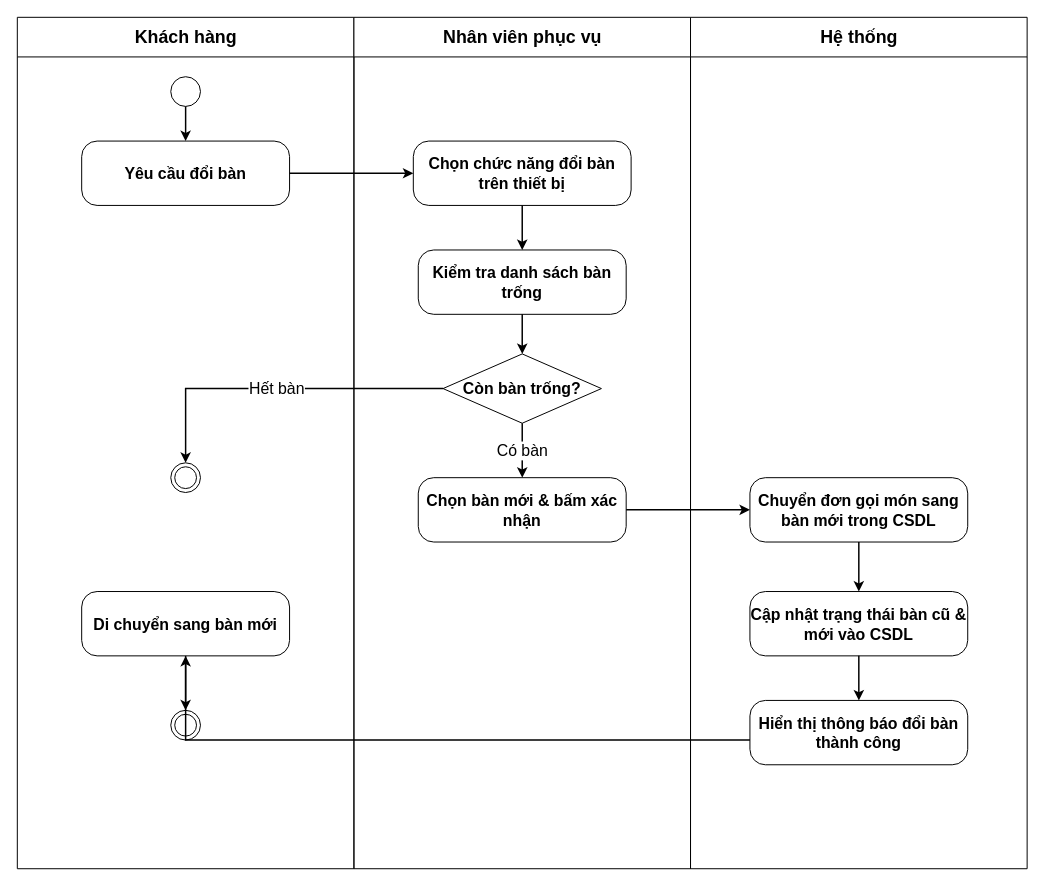
AndrewQng/VinDining keeps this draw.io diagram as docs/phase1/drawio/ad07_change_table.drawio. Above is the earlier version. Source tidied: cells renumbered, new cells numbered last; positions are measured from the earlier drawing's top-left corner, leaving out a move shared by most shapes. Both pictures are drawn from the tidied source at 99%, with x=0, y=0 at pixel (17, 17).
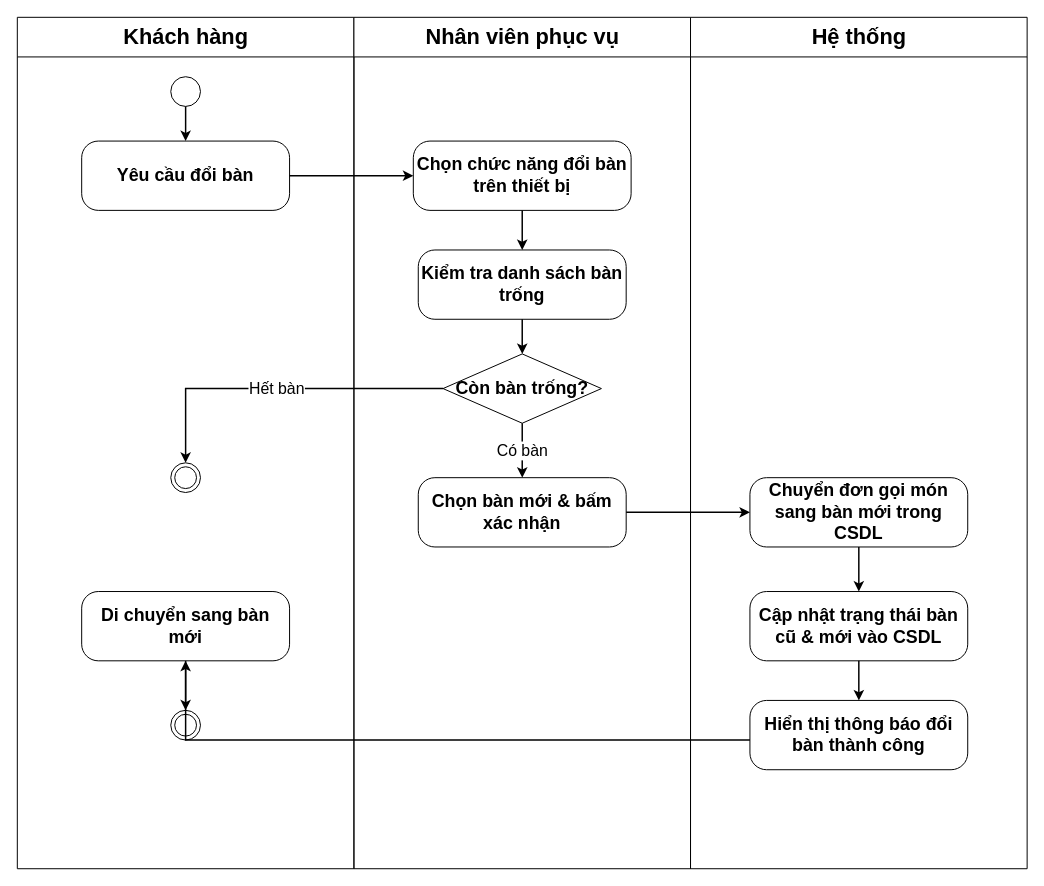
The same page after the edit.

What changed in the source:
```diff
@@
-    <mxCell id="2" value="Khách hàng" style="swimlane;html=1;startSize=40;horizontal=1;fontStyle=1;fontSize=18;align=center;verticalAlign=middle;swimlaneLine=1;" parent="1" vertex="1">
+    <mxCell id="2" value="Khách hàng" style="swimlane;html=1;startSize=40;horizontal=1;fontStyle=1;fontSize=22;align=center;verticalAlign=middle;swimlaneLine=1;" parent="1" vertex="1">
       <mxGeometry width="340" height="860" as="geometry" />
     </mxCell>
@@
-    <mxCell id="4" value="Yêu cầu đổi bàn" style="rounded=1;arcSize=24;whiteSpace=wrap;html=1;fontStyle=1;fontSize=16;align=center;verticalAlign=middle;" parent="2" vertex="1">
-      <mxGeometry x="65" y="125" width="210" height="65" as="geometry" />
+    <mxCell id="4" value="Yêu cầu đổi bàn" style="rounded=1;arcSize=24;whiteSpace=wrap;html=1;fontStyle=1;fontSize=18;align=center;verticalAlign=middle;" parent="2" vertex="1">
+      <mxGeometry x="65" y="125" width="210" height="70" as="geometry" />
     </mxCell>
@@
-    <mxCell id="6" value="Di chuyển sang bàn mới" style="rounded=1;arcSize=24;whiteSpace=wrap;html=1;fontStyle=1;fontSize=16;align=center;verticalAlign=middle;" parent="2" vertex="1">
-      <mxGeometry x="65" y="580" width="210" height="65" as="geometry" />
+    <mxCell id="6" value="Di chuyển sang bàn mới" style="rounded=1;arcSize=24;whiteSpace=wrap;html=1;fontStyle=1;fontSize=18;align=center;verticalAlign=middle;" parent="2" vertex="1">
+      <mxGeometry x="65" y="580" width="210" height="70" as="geometry" />
     </mxCell>
@@
-    <mxCell id="9" value="Nhân viên phục vụ" style="swimlane;html=1;startSize=40;horizontal=1;fontStyle=1;fontSize=18;align=center;verticalAlign=middle;swimlaneLine=1;" parent="1" vertex="1">
+    <mxCell id="9" value="Nhân viên phục vụ" style="swimlane;html=1;startSize=40;horizontal=1;fontStyle=1;fontSize=22;align=center;verticalAlign=middle;swimlaneLine=1;" parent="1" vertex="1">
       <mxGeometry x="340" width="340" height="860" as="geometry" />
     </mxCell>
-    <mxCell id="10" value="Chọn chức năng đổi bàn trên thiết bị" style="rounded=1;arcSize=24;whiteSpace=wrap;html=1;fontStyle=1;fontSize=16;align=center;verticalAlign=middle;" parent="9" vertex="1">
-      <mxGeometry x="60" y="125" width="220" height="65" as="geometry" />
+    <mxCell id="10" value="Chọn chức năng đổi bàn trên thiết bị" style="rounded=1;arcSize=24;whiteSpace=wrap;html=1;fontStyle=1;fontSize=18;align=center;verticalAlign=middle;" parent="9" vertex="1">
+      <mxGeometry x="60" y="125" width="220" height="70" as="geometry" />
     </mxCell>
-    <mxCell id="11" value="Kiểm tra danh sách bàn trống" style="rounded=1;arcSize=24;whiteSpace=wrap;html=1;fontStyle=1;fontSize=16;align=center;verticalAlign=middle;" parent="9" vertex="1">
-      <mxGeometry x="65" y="235" width="210" height="65" as="geometry" />
+    <mxCell id="11" value="Kiểm tra danh sách bàn trống" style="rounded=1;arcSize=24;whiteSpace=wrap;html=1;fontStyle=1;fontSize=18;align=center;verticalAlign=middle;" parent="9" vertex="1">
+      <mxGeometry x="65" y="235" width="210" height="70" as="geometry" />
     </mxCell>
-    <mxCell id="12" value="Còn bàn trống?" style="rhombus;whiteSpace=wrap;html=1;fontStyle=1;fontSize=16;align=center;verticalAlign=middle;" parent="9" vertex="1">
+    <mxCell id="12" value="Còn bàn trống?" style="rhombus;whiteSpace=wrap;html=1;fontStyle=1;fontSize=18;align=center;verticalAlign=middle;" parent="9" vertex="1">
       <mxGeometry x="90" y="340" width="160" height="70" as="geometry" />
     </mxCell>
-    <mxCell id="13" value="Chọn bàn mới &amp;amp; bấm xác nhận" style="rounded=1;arcSize=24;whiteSpace=wrap;html=1;fontStyle=1;fontSize=16;align=center;verticalAlign=middle;" parent="9" vertex="1">
-      <mxGeometry x="65" y="465" width="210" height="65" as="geometry" />
+    <mxCell id="13" value="Chọn bàn mới &amp;amp; bấm xác nhận" style="rounded=1;arcSize=24;whiteSpace=wrap;html=1;fontStyle=1;fontSize=18;align=center;verticalAlign=middle;" parent="9" vertex="1">
+      <mxGeometry x="65" y="465" width="210" height="70" as="geometry" />
     </mxCell>
@@
-    <mxCell id="16" value="Hệ thống" style="swimlane;html=1;startSize=40;horizontal=1;fontStyle=1;fontSize=18;align=center;verticalAlign=middle;swimlaneLine=1;" parent="1" vertex="1">
+    <mxCell id="16" value="Hệ thống" style="swimlane;html=1;startSize=40;horizontal=1;fontStyle=1;fontSize=22;align=center;verticalAlign=middle;swimlaneLine=1;" parent="1" vertex="1">
       <mxGeometry x="680" width="340" height="860" as="geometry" />
     </mxCell>
-    <mxCell id="17" value="Chuyển đơn gọi món sang bàn mới trong CSDL" style="rounded=1;arcSize=24;whiteSpace=wrap;html=1;fontStyle=1;fontSize=16;align=center;verticalAlign=middle;" parent="16" vertex="1">
-      <mxGeometry x="60" y="465" width="220" height="65" as="geometry" />
+    <mxCell id="17" value="Chuyển đơn gọi món sang bàn mới trong CSDL" style="rounded=1;arcSize=24;whiteSpace=wrap;html=1;fontStyle=1;fontSize=18;align=center;verticalAlign=middle;" parent="16" vertex="1">
+      <mxGeometry x="60" y="465" width="220" height="70" as="geometry" />
     </mxCell>
-    <mxCell id="18" value="Cập nhật trạng thái bàn cũ &amp;amp; mới vào CSDL" style="rounded=1;arcSize=24;whiteSpace=wrap;html=1;fontStyle=1;fontSize=16;align=center;verticalAlign=middle;" parent="16" vertex="1">
-      <mxGeometry x="60" y="580" width="220" height="65" as="geometry" />
+    <mxCell id="18" value="Cập nhật trạng thái bàn cũ &amp;amp; mới vào CSDL" style="rounded=1;arcSize=24;whiteSpace=wrap;html=1;fontStyle=1;fontSize=18;align=center;verticalAlign=middle;" parent="16" vertex="1">
+      <mxGeometry x="60" y="580" width="220" height="70" as="geometry" />
     </mxCell>
-    <mxCell id="19" value="Hiển thị thông báo đổi bàn thành công" style="rounded=1;arcSize=24;whiteSpace=wrap;html=1;fontStyle=1;fontSize=16;align=center;verticalAlign=middle;" parent="16" vertex="1">
-      <mxGeometry x="60" y="690" width="220" height="65" as="geometry" />
+    <mxCell id="19" value="Hiển thị thông báo đổi bàn thành công" style="rounded=1;arcSize=24;whiteSpace=wrap;html=1;fontStyle=1;fontSize=18;align=center;verticalAlign=middle;" parent="16" vertex="1">
+      <mxGeometry x="60" y="690" width="220" height="70" as="geometry" />
     </mxCell>
```
